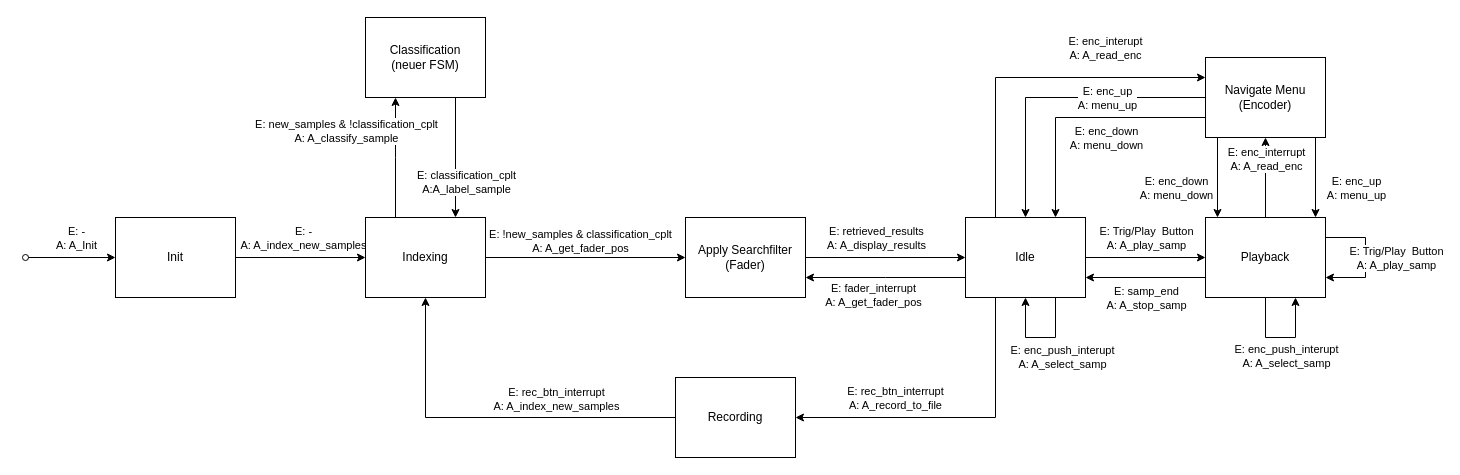
Earlier version of the draw.io diagram doc/sart/ima fsm.drawio (Shimizip/Intelligent-Magic-Audio). Source tidied: cells renumbered, new cells numbered last; positions are measured from the earlier drawing's top-left corner, leaving out a move shared by most shapes. Both pictures are drawn from the tidied source at 100%, with x=0, y=0 at pixel (25, 17).
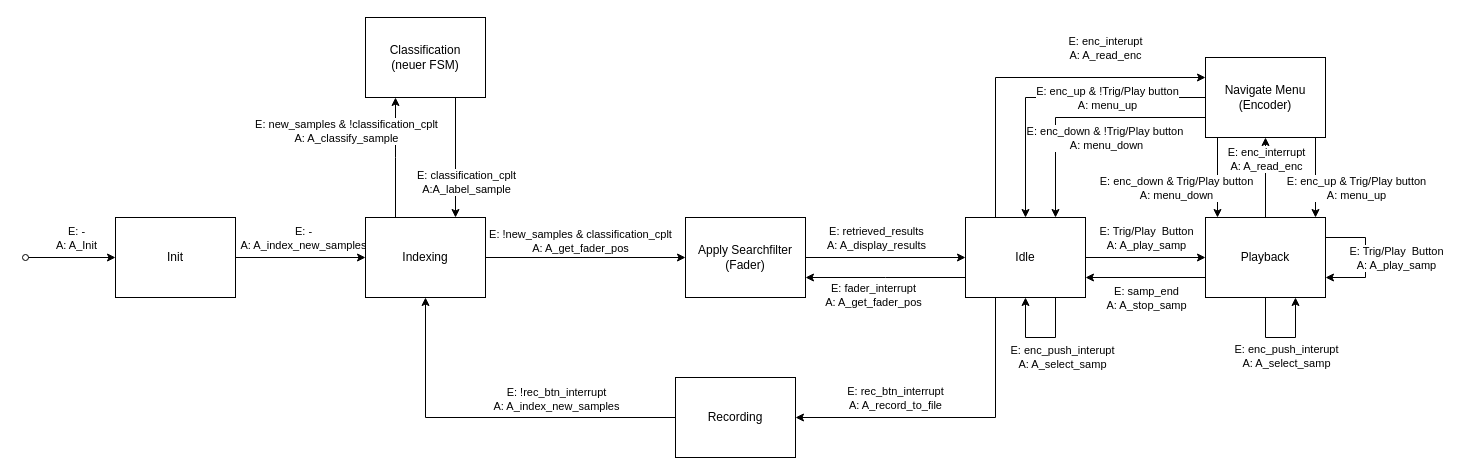
The same page after the edit.

Unchanged cells that the change refers to:
```xml
<mxCell id="33" style="edgeStyle=orthogonalEdgeStyle;rounded=0;jettySize=auto;html=1;exitX=0.75;exitY=1;exitDx=0;exitDy=0;" parent="1" edge="1" source="37">
  <mxGeometry relative="1" as="geometry">
    <mxPoint x="1290" y="200" as="targetPoint" />
    <Array as="points">
      <mxPoint x="1290" y="120" />
    </Array>
  </mxGeometry>
</mxCell>
<mxCell id="35" style="edgeStyle=orthogonalEdgeStyle;rounded=0;jettySize=auto;html=1;entryX=0.5;entryY=0;entryDx=0;entryDy=0;exitX=0;exitY=0.5;exitDx=0;exitDy=0;entryPerimeter=0;" parent="1" edge="1" target="15">
  <mxGeometry relative="1" as="geometry">
    <mxPoint x="1180" y="70" as="sourcePoint" />
    <Array as="points">
      <mxPoint x="1180" y="80" />
      <mxPoint x="1000" y="80" />
    </Array>
  </mxGeometry>
</mxCell>
<mxCell id="46" style="edgeStyle=orthogonalEdgeStyle;rounded=0;jettySize=auto;html=1;exitX=0;exitY=0.75;exitDx=0;exitDy=0;entryX=0.75;entryY=0;entryDx=0;entryDy=0;entryPerimeter=0;" parent="1" edge="1" source="37" target="15">
  <mxGeometry relative="1" as="geometry">
    <Array as="points">
      <mxPoint x="1030" y="100" />
    </Array>
  </mxGeometry>
</mxCell>
<mxCell id="48" style="edgeStyle=orthogonalEdgeStyle;rounded=0;jettySize=auto;html=1;exitX=0.25;exitY=1;exitDx=0;exitDy=0;entryX=0.1;entryY=0;entryDx=0;entryDy=0;entryPerimeter=0;" parent="1" edge="1" source="37" target="29">
  <mxGeometry relative="1" as="geometry">
    <Array as="points">
      <mxPoint x="1192" y="120" />
    </Array>
  </mxGeometry>
</mxCell>
```

Change to the diagram source:
```diff
@@
-    <mxCell id="34" value="E: enc_up&lt;br&gt;A: menu_up" style="edgeLabel;html=1;align=center;verticalAlign=middle;" parent="33" vertex="1">
+    <mxCell id="34" value="E: enc_up &amp;amp; Trig/Play button&lt;br&gt;A: menu_up" style="edgeLabel;html=1;align=center;verticalAlign=middle;" parent="33" vertex="1">
       <mxGeometry x="0.18" y="1" relative="1" as="geometry">
         <mxPoint x="39" y="11" as="offset" />
       </mxGeometry>
     </mxCell>
@@
-    <mxCell id="36" value="E: enc_up&lt;br&gt;A: menu_up" style="edgeLabel;html=1;align=center;verticalAlign=middle;" parent="35" vertex="1">
+    <mxCell id="36" value="E: enc_up &amp;amp; !Trig/Play button&lt;br&gt;A: menu_up" style="edgeLabel;html=1;align=center;verticalAlign=middle;" parent="35" vertex="1">
       <mxGeometry x="-0.26" y="-1" relative="1" as="geometry">
         <mxPoint x="6" y="1" as="offset" />
       </mxGeometry>
     </mxCell>
@@
-    <mxCell id="45" value="E: rec_btn_interrupt&lt;br&gt;A: A_index_new_samples" style="edgeLabel;html=1;align=center;verticalAlign=middle;" parent="1" vertex="1">
+    <mxCell id="45" value="E: !rec_btn_interrupt&lt;br&gt;A: A_index_new_samples" style="edgeLabel;html=1;align=center;verticalAlign=middle;" parent="1" vertex="1">
       <mxGeometry x="530" y="381" as="geometry" />
     </mxCell>
@@
-    <mxCell id="47" value="E: enc_down&lt;br&gt;A: menu_down" style="edgeLabel;html=1;align=center;verticalAlign=middle;" parent="46" vertex="1">
+    <mxCell id="47" value="E: enc_down &amp;amp; !Trig/Play button&amp;nbsp;&lt;br&gt;A: menu_down" style="edgeLabel;html=1;align=center;verticalAlign=middle;" parent="46" vertex="1">
       <mxGeometry x="-0.09" relative="1" as="geometry">
         <mxPoint x="14" y="20" as="offset" />
       </mxGeometry>
     </mxCell>
@@
-    <mxCell id="49" value="E: enc_down&lt;br&gt;A: menu_down" style="edgeLabel;html=1;align=center;verticalAlign=middle;" parent="48" vertex="1">
+    <mxCell id="49" value="E: enc_down &amp;amp; Trig/Play button&lt;br&gt;A: menu_down" style="edgeLabel;html=1;align=center;verticalAlign=middle;" parent="48" vertex="1">
       <mxGeometry x="-0.09" relative="1" as="geometry">
         <mxPoint x="-42" y="23" as="offset" />
       </mxGeometry>
     </mxCell>
```
